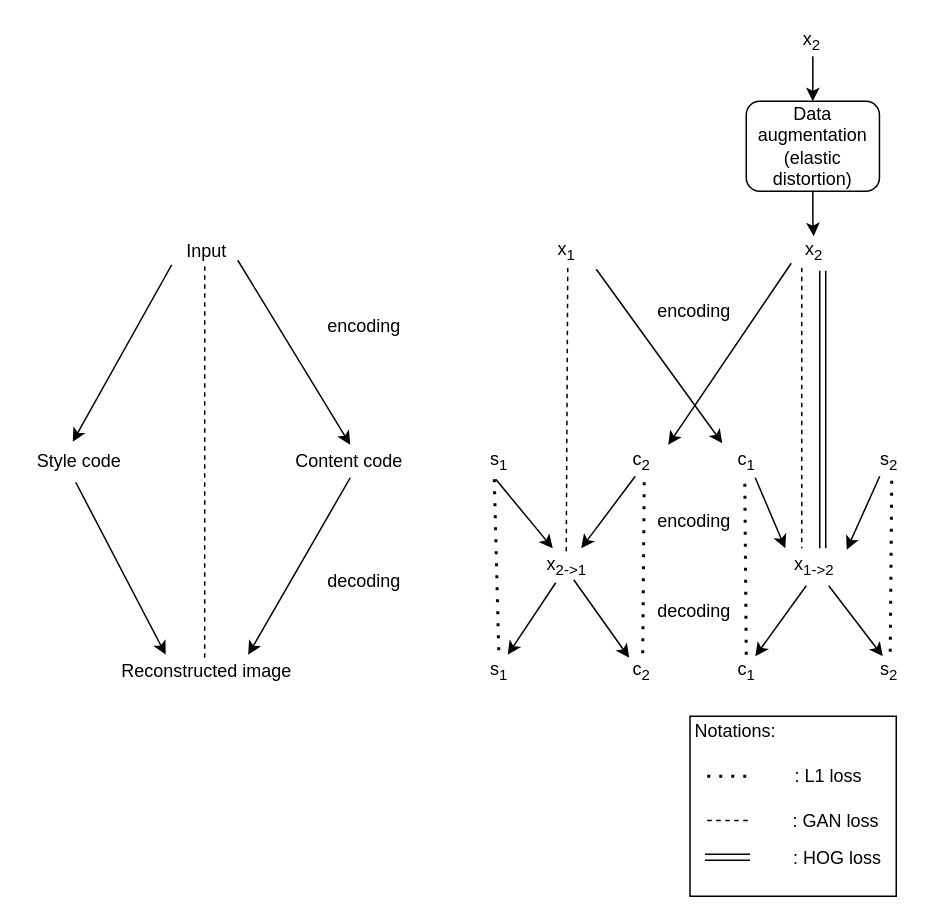
Earlier version of the draw.io diagram images/model-overview.drawio (chickenfingerwu/thesis). Source tidied: cells renumbered, new cells numbered last; positions are measured from the earlier drawing's top-left corner, leaving out a move shared by most shapes. Both pictures are drawn from the tidied source at 150%, with x=0, y=0 at pixel (26, 26).
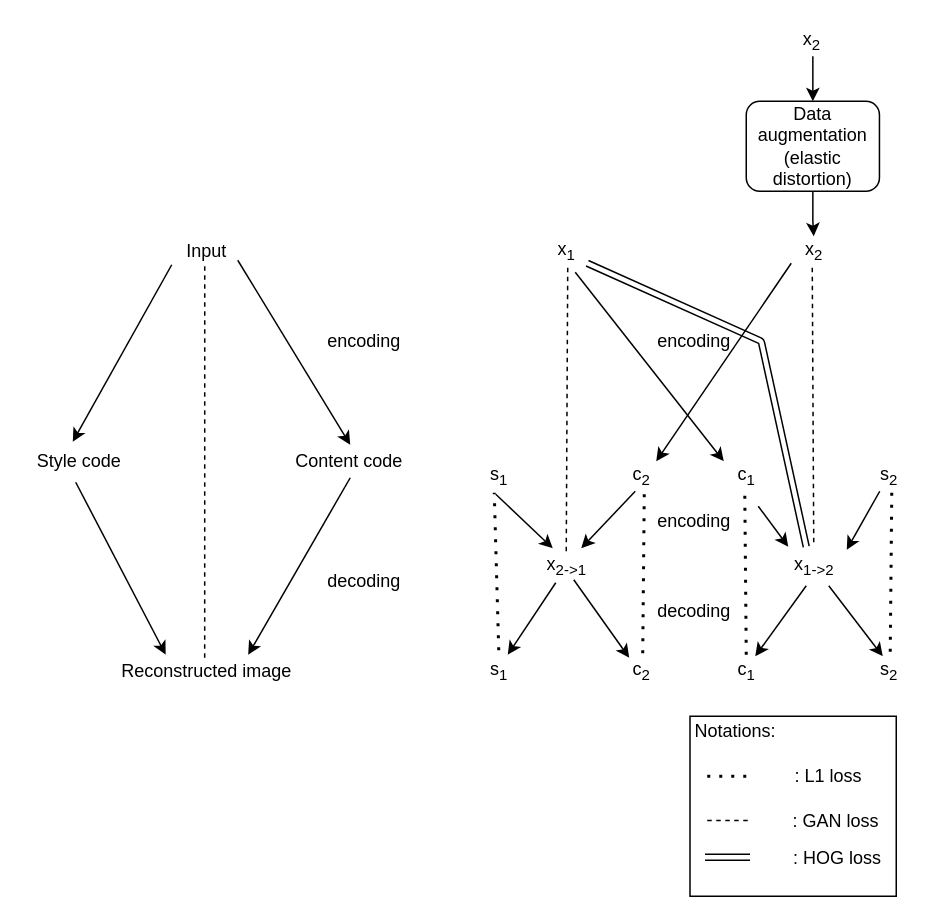
The same page after the edit.

Unchanged cells that the change refers to:
```xml
<mxCell id="11" value="x&lt;sub&gt;1&lt;/sub&gt;" style="text;html=1;align=center;verticalAlign=middle;points=[];strokeColor=none;" parent="1" vertex="1">
  <mxGeometry x="345" y="140" width="30" height="20" as="geometry" />
</mxCell>
<mxCell id="17" value="x&lt;sub&gt;2&lt;/sub&gt;" style="text;html=1;align=center;verticalAlign=middle;points=[];strokeColor=none;" parent="1" vertex="1">
  <mxGeometry x="510" y="140" width="30" height="20" as="geometry" />
</mxCell>
<mxCell id="20" value="x&lt;sub&gt;1-&amp;gt;2&lt;/sub&gt;" style="text;html=1;align=center;verticalAlign=middle;points=[];strokeColor=none;" parent="1" vertex="1">
  <mxGeometry x="505" y="350" width="40" height="20" as="geometry" />
</mxCell>
```

What changed in the source:
```diff
@@
     <mxCell id="12" value="s&lt;sub&gt;1&lt;/sub&gt;" style="text;html=1;align=center;verticalAlign=middle;points=[];strokeColor=none;" parent="1" vertex="1">
-      <mxGeometry x="300" y="280" width="30" height="20" as="geometry" />
+      <mxGeometry x="300" y="290" width="30" height="20" as="geometry" />
     </mxCell>
     <mxCell id="13" value="c&lt;sub&gt;2&lt;/sub&gt;" style="text;html=1;align=center;verticalAlign=middle;points=[];strokeColor=none;" parent="1" vertex="1">
-      <mxGeometry x="395" y="280" width="30" height="20" as="geometry" />
+      <mxGeometry x="395" y="290" width="30" height="20" as="geometry" />
     </mxCell>
@@
     <mxCell id="18" value="c&lt;sub&gt;1&lt;/sub&gt;" style="text;html=1;align=center;verticalAlign=middle;points=[];strokeColor=none;" parent="1" vertex="1">
-      <mxGeometry x="465" y="280" width="30" height="20" as="geometry" />
+      <mxGeometry x="465" y="290" width="30" height="20" as="geometry" />
     </mxCell>
     <mxCell id="19" value="s&lt;sub&gt;2&lt;/sub&gt;" style="text;html=1;align=center;verticalAlign=middle;points=[];strokeColor=none;" parent="1" vertex="1">
-      <mxGeometry x="560" y="280" width="30" height="20" as="geometry" />
+      <mxGeometry x="560" y="290" width="30" height="20" as="geometry" />
     </mxCell>
@@
     <mxCell id="23" style="endArrow=classic;html=1;exitX=0;exitY=0.9;exitDx=0;exitDy=0;exitPerimeter=0;" parent="1" edge="1" source="17">
       <mxGeometry relative="1" as="geometry">
-        <mxPoint x="428" y="279" as="targetPoint" />
+        <mxPoint x="420" y="290" as="targetPoint" />
       </mxGeometry>
     </mxCell>
@@
-    <mxCell id="25" style="endArrow=none;dashed=1;html=1;entryX=0.3;entryY=-0.1;entryDx=0;entryDy=0;entryPerimeter=0;" parent="1" edge="1" target="20">
+    <mxCell id="25" style="endArrow=none;dashed=1;html=1;exitX=0.467;exitY=1.05;exitDx=0;exitDy=0;exitPerimeter=0;" parent="1" edge="1" source="17">
       <mxGeometry relative="1" as="geometry">
-        <mxPoint x="517" y="161" as="sourcePoint" />
+        <mxPoint x="525" y="346" as="targetPoint" />
       </mxGeometry>
     </mxCell>
@@
-    <mxCell id="29" style="endArrow=classic;html=1;exitX=1.167;exitY=1.1;exitDx=0;exitDy=0;exitPerimeter=0;entryX=-0.033;entryY=-0.1;entryDx=0;entryDy=0;entryPerimeter=0;" parent="1" edge="1" source="11" target="18">
+    <mxCell id="29" style="endArrow=classic;html=1;exitX=0.7;exitY=1.2;exitDx=0;exitDy=0;exitPerimeter=0;entryX=0;entryY=0;entryDx=0;entryDy=0;entryPerimeter=0;" parent="1" edge="1" source="11" target="18">
       <mxGeometry relative="1" as="geometry" />
     </mxCell>
-    <mxCell id="30" style="endArrow=classic;html=1;entryX=0.025;entryY=-0.1;entryDx=0;entryDy=0;entryPerimeter=0;exitX=0.7;exitY=1.05;exitDx=0;exitDy=0;exitPerimeter=0;" parent="1" edge="1" source="18" target="20">
-      <mxGeometry relative="1" as="geometry" />
+    <mxCell id="30" style="endArrow=classic;html=1;entryX=0.075;entryY=-0.15;entryDx=0;entryDy=0;entryPerimeter=0;" parent="1" edge="1" target="20">
+      <mxGeometry relative="1" as="geometry">
+        <mxPoint x="488" y="320" as="sourcePoint" />
+      </mxGeometry>
     </mxCell>
@@
     <mxCell id="38" value="encoding" style="text;html=1;align=center;verticalAlign=middle;strokeColor=none;" parent="1" vertex="1">
-      <mxGeometry x="190" y="190" width="70" height="20" as="geometry" />
+      <mxGeometry x="190" y="200" width="70" height="20" as="geometry" />
     </mxCell>
@@
     <mxCell id="40" value="encoding" style="text;html=1;align=center;verticalAlign=middle;strokeColor=none;" parent="1" vertex="1">
-      <mxGeometry x="410" y="180" width="70" height="20" as="geometry" />
+      <mxGeometry x="410" y="200" width="70" height="20" as="geometry" />
     </mxCell>
@@
-    <mxCell id="54" style="shape=link;html=1;exitX=0.7;exitY=1.15;exitDx=0;exitDy=0;exitPerimeter=0;entryX=0.65;entryY=-0.1;entryDx=0;entryDy=0;entryPerimeter=0;" parent="1" edge="1" source="17" target="20">
-      <mxGeometry relative="1" as="geometry" />
+    <mxCell id="54" style="shape=link;html=1;exitX=0.967;exitY=0.9;exitDx=0;exitDy=0;exitPerimeter=0;" parent="1" edge="1" source="11">
+      <mxGeometry relative="1" as="geometry">
+        <mxPoint x="520" y="347" as="targetPoint" />
+        <Array as="points">
+          <mxPoint x="490" y="210" />
+        </Array>
+      </mxGeometry>
     </mxCell>
```
